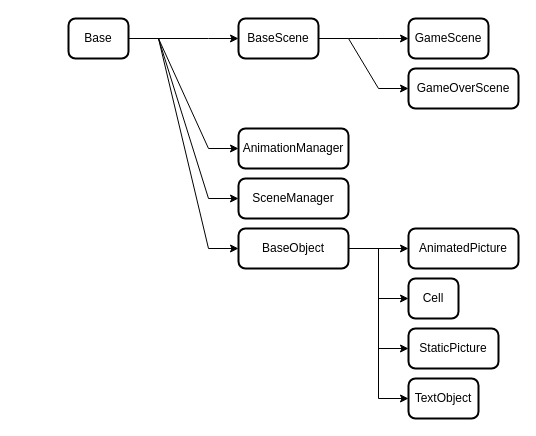
Before: inheritance scheme.drawio in AKTOETO/SFMLsnake, a draw.io diagram. Source tidied: cells renumbered, new cells numbered last; positions are measured from the earlier drawing's top-left corner, leaving out a move shared by most shapes. Both pictures are drawn from the tidied source at 100%, with x=0, y=0 at pixel (68, 18).
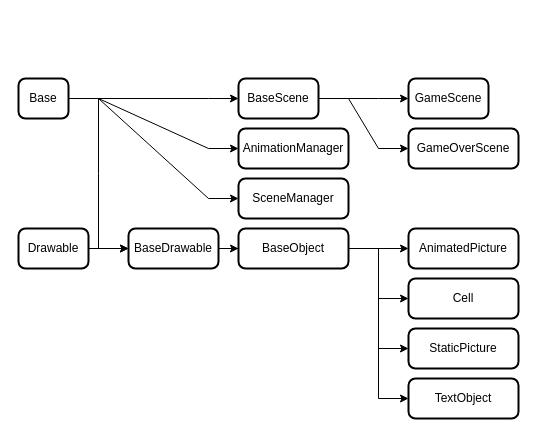
The same page after the edit.

Unchanged cells that the change refers to:
```xml
<mxCell id="10" value="AnimationManager" style="rounded=1;whiteSpace=wrap;html=1;absoluteArcSize=1;arcSize=14;strokeWidth=2;" parent="1" vertex="1">
  <mxGeometry x="170" y="110" width="110" height="40" as="geometry" />
</mxCell>
<mxCell id="11" value="SceneManager" style="rounded=1;whiteSpace=wrap;html=1;absoluteArcSize=1;arcSize=14;strokeWidth=2;" parent="1" vertex="1">
  <mxGeometry x="170" y="160" width="110" height="40" as="geometry" />
</mxCell>
<mxCell id="16" value="BaseObject" style="rounded=1;whiteSpace=wrap;html=1;absoluteArcSize=1;arcSize=14;strokeWidth=2;" parent="1" vertex="1">
  <mxGeometry x="170" y="210" width="110" height="40" as="geometry" />
</mxCell>
<mxCell id="19" value="AnimatedPicture" style="rounded=1;whiteSpace=wrap;html=1;absoluteArcSize=1;arcSize=14;strokeWidth=2;" parent="1" vertex="1">
  <mxGeometry x="340" y="210" width="110" height="40" as="geometry" />
</mxCell>
```

The edit, as a diff of the source:
```diff
@@
-    <mxCell id="2" style="edgeStyle=entityRelationEdgeStyle;rounded=0;jettySize=auto;html=1;exitX=1;exitY=0.5;exitDx=0;exitDy=0;entryX=0;entryY=0.5;entryDx=0;entryDy=0;" parent="1" edge="1" source="6" target="9">
-      <mxGeometry relative="1" as="geometry" />
-    </mxCell>
-    <mxCell id="3" style="edgeStyle=entityRelationEdgeStyle;rounded=0;jettySize=auto;html=1;exitX=1;exitY=0.5;exitDx=0;exitDy=0;entryX=0;entryY=0.5;entryDx=0;entryDy=0;" parent="1" edge="1" source="6" target="10">
-      <mxGeometry relative="1" as="geometry" />
-    </mxCell>
-    <mxCell id="4" style="edgeStyle=entityRelationEdgeStyle;rounded=0;jettySize=auto;html=1;exitX=1;exitY=0.5;exitDx=0;exitDy=0;entryX=0;entryY=0.5;entryDx=0;entryDy=0;" parent="1" edge="1" source="6" target="11">
-      <mxGeometry relative="1" as="geometry" />
-    </mxCell>
-    <mxCell id="5" style="edgeStyle=entityRelationEdgeStyle;rounded=0;jettySize=auto;html=1;exitX=1;exitY=0.5;exitDx=0;exitDy=0;entryX=0;entryY=0.5;entryDx=0;entryDy=0;" parent="1" edge="1" source="6" target="16">
+    <mxCell id="5" style="rounded=0;jettySize=auto;html=1;exitX=1;exitY=0.5;exitDx=0;exitDy=0;entryX=0;entryY=0.5;entryDx=0;entryDy=0;edgeStyle=entityRelationEdgeStyle;elbow=vertical;" parent="1" edge="1" source="6" target="16">
       <mxGeometry relative="1" as="geometry" />
     </mxCell>
-    <mxCell id="6" value="Base" style="rounded=1;whiteSpace=wrap;html=1;absoluteArcSize=1;arcSize=14;strokeWidth=2;" parent="1" vertex="1">
-      <mxGeometry width="60" height="40" as="geometry" />
+    <mxCell id="6" value="BaseDrawable" style="rounded=1;whiteSpace=wrap;html=1;absoluteArcSize=1;arcSize=14;strokeWidth=2;" parent="1" vertex="1">
+      <mxGeometry x="60" y="210" width="90" height="40" as="geometry" />
     </mxCell>
-    <mxCell id="7" style="edgeStyle=entityRelationEdgeStyle;rounded=0;jettySize=auto;html=1;exitX=1;exitY=0.5;exitDx=0;exitDy=0;entryX=0;entryY=0.5;entryDx=0;entryDy=0;elbow=vertical;" parent="1" edge="1" source="9" target="17">
+    <mxCell id="7" style="rounded=0;jettySize=auto;html=1;exitX=1;exitY=0.5;exitDx=0;exitDy=0;entryX=0;entryY=0.5;entryDx=0;entryDy=0;edgeStyle=entityRelationEdgeStyle;elbow=vertical;" parent="1" edge="1" source="9" target="17">
       <mxGeometry relative="1" as="geometry" />
     </mxCell>
-    <mxCell id="8" style="edgeStyle=entityRelationEdgeStyle;rounded=0;jettySize=auto;html=1;exitX=1;exitY=0.5;exitDx=0;exitDy=0;entryX=0;entryY=0.5;entryDx=0;entryDy=0;elbow=vertical;" parent="1" edge="1" source="9" target="18">
+    <mxCell id="8" style="rounded=0;jettySize=auto;html=1;exitX=1;exitY=0.5;exitDx=0;exitDy=0;entryX=0;entryY=0.5;entryDx=0;entryDy=0;edgeStyle=entityRelationEdgeStyle;elbow=vertical;" parent="1" edge="1" source="9" target="18">
       <mxGeometry relative="1" as="geometry" />
     </mxCell>
     <mxCell id="9" value="BaseScene" style="rounded=1;whiteSpace=wrap;html=1;absoluteArcSize=1;arcSize=14;strokeWidth=2;" parent="1" vertex="1">
-      <mxGeometry x="170" width="80" height="40" as="geometry" />
+      <mxGeometry x="170" y="60" width="80" height="40" as="geometry" />
     </mxCell>
@@
-    <mxCell id="12" style="edgeStyle=entityRelationEdgeStyle;rounded=0;jettySize=auto;html=1;exitX=1;exitY=0.5;exitDx=0;exitDy=0;entryX=0;entryY=0.5;entryDx=0;entryDy=0;elbow=vertical;" parent="1" edge="1" source="16" target="19">
+    <mxCell id="12" style="rounded=0;jettySize=auto;html=1;exitX=1;exitY=0.5;exitDx=0;exitDy=0;entryX=0;entryY=0.5;entryDx=0;entryDy=0;edgeStyle=entityRelationEdgeStyle;elbow=vertical;" parent="1" edge="1" source="16" target="19">
       <mxGeometry relative="1" as="geometry" />
     </mxCell>
-    <mxCell id="13" style="edgeStyle=entityRelationEdgeStyle;rounded=0;jettySize=auto;html=1;exitX=1;exitY=0.5;exitDx=0;exitDy=0;entryX=0;entryY=0.5;entryDx=0;entryDy=0;elbow=vertical;" parent="1" edge="1" source="16" target="20">
+    <mxCell id="13" style="rounded=0;jettySize=auto;html=1;exitX=1;exitY=0.5;exitDx=0;exitDy=0;entryX=0;entryY=0.5;entryDx=0;entryDy=0;edgeStyle=entityRelationEdgeStyle;elbow=vertical;" parent="1" edge="1" source="16" target="20">
       <mxGeometry relative="1" as="geometry" />
     </mxCell>
-    <mxCell id="14" style="edgeStyle=entityRelationEdgeStyle;rounded=0;jettySize=auto;html=1;exitX=1;exitY=0.5;exitDx=0;exitDy=0;entryX=0;entryY=0.5;entryDx=0;entryDy=0;elbow=vertical;" parent="1" edge="1" source="16" target="21">
+    <mxCell id="14" style="rounded=0;jettySize=auto;html=1;exitX=1;exitY=0.5;exitDx=0;exitDy=0;entryX=0;entryY=0.5;entryDx=0;entryDy=0;edgeStyle=entityRelationEdgeStyle;elbow=vertical;" parent="1" edge="1" source="16" target="21">
       <mxGeometry relative="1" as="geometry" />
     </mxCell>
-    <mxCell id="15" style="edgeStyle=entityRelationEdgeStyle;rounded=0;jettySize=auto;html=1;exitX=1;exitY=0.5;exitDx=0;exitDy=0;entryX=0;entryY=0.5;entryDx=0;entryDy=0;elbow=vertical;" parent="1" edge="1" source="16" target="22">
+    <mxCell id="15" style="rounded=0;jettySize=auto;html=1;exitX=1;exitY=0.5;exitDx=0;exitDy=0;entryX=0;entryY=0.5;entryDx=0;entryDy=0;edgeStyle=entityRelationEdgeStyle;elbow=vertical;" parent="1" edge="1" source="16" target="22">
       <mxGeometry relative="1" as="geometry" />
     </mxCell>
@@
     <mxCell id="17" value="GameScene" style="rounded=1;whiteSpace=wrap;html=1;absoluteArcSize=1;arcSize=14;strokeWidth=2;" parent="1" vertex="1">
-      <mxGeometry x="340" width="80" height="40" as="geometry" />
+      <mxGeometry x="340" y="60" width="80" height="40" as="geometry" />
     </mxCell>
     <mxCell id="18" value="GameOverScene" style="rounded=1;whiteSpace=wrap;html=1;absoluteArcSize=1;arcSize=14;strokeWidth=2;" parent="1" vertex="1">
-      <mxGeometry x="340" y="50" width="110" height="40" as="geometry" />
+      <mxGeometry x="340" y="110" width="110" height="40" as="geometry" />
     </mxCell>
@@
     <mxCell id="20" value="Cell" style="rounded=1;whiteSpace=wrap;html=1;absoluteArcSize=1;arcSize=14;strokeWidth=2;" parent="1" vertex="1">
-      <mxGeometry x="340" y="260" width="50" height="40" as="geometry" />
+      <mxGeometry x="340" y="260" width="110" height="40" as="geometry" />
     </mxCell>
     <mxCell id="21" value="StaticPicture" style="rounded=1;whiteSpace=wrap;html=1;absoluteArcSize=1;arcSize=14;strokeWidth=2;" parent="1" vertex="1">
-      <mxGeometry x="340" y="310" width="90" height="40" as="geometry" />
+      <mxGeometry x="340" y="310" width="110" height="40" as="geometry" />
     </mxCell>
     <mxCell id="22" value="TextObject" style="rounded=1;whiteSpace=wrap;html=1;absoluteArcSize=1;arcSize=14;strokeWidth=2;" parent="1" vertex="1">
-      <mxGeometry x="340" y="360" width="70" height="40" as="geometry" />
+      <mxGeometry x="340" y="360" width="110" height="40" as="geometry" />
     </mxCell>
+    <mxCell id="23" style="rounded=0;jettySize=auto;html=1;exitX=1;exitY=0.5;exitDx=0;exitDy=0;entryX=0;entryY=0.5;entryDx=0;entryDy=0;edgeStyle=entityRelationEdgeStyle;elbow=vertical;" parent="1" edge="1" source="27" target="6">
+      <mxGeometry relative="1" as="geometry" />
+    </mxCell>
+    <mxCell id="24" style="rounded=0;jettySize=auto;html=1;exitX=1;exitY=0.5;exitDx=0;exitDy=0;entryX=0;entryY=0.5;entryDx=0;entryDy=0;edgeStyle=entityRelationEdgeStyle;elbow=vertical;" parent="1" edge="1" source="27" target="9">
+      <mxGeometry relative="1" as="geometry" />
+    </mxCell>
+    <mxCell id="25" style="rounded=0;jettySize=auto;html=1;exitX=1;exitY=0.5;exitDx=0;exitDy=0;entryX=0;entryY=0.5;entryDx=0;entryDy=0;edgeStyle=entityRelationEdgeStyle;elbow=vertical;" parent="1" edge="1" source="27" target="10">
+      <mxGeometry relative="1" as="geometry" />
+    </mxCell>
+    <mxCell id="26" style="rounded=0;jettySize=auto;html=1;exitX=1;exitY=0.5;exitDx=0;exitDy=0;entryX=0;entryY=0.5;entryDx=0;entryDy=0;edgeStyle=entityRelationEdgeStyle;elbow=vertical;" parent="1" edge="1" source="27" target="11">
+      <mxGeometry relative="1" as="geometry" />
+    </mxCell>
+    <mxCell id="27" value="Base" style="rounded=1;whiteSpace=wrap;html=1;absoluteArcSize=1;arcSize=14;strokeWidth=2;" parent="1" vertex="1">
+      <mxGeometry x="-50" y="60" width="50" height="40" as="geometry" />
+    </mxCell>
+    <mxCell id="28" style="rounded=0;jettySize=auto;html=1;exitX=1;exitY=0.5;exitDx=0;exitDy=0;entryX=0;entryY=0.5;entryDx=0;entryDy=0;edgeStyle=entityRelationEdgeStyle;elbow=vertical;" parent="1" edge="1" source="29" target="6">
+      <mxGeometry relative="1" as="geometry" />
+    </mxCell>
+    <mxCell id="29" value="Drawable" style="rounded=1;whiteSpace=wrap;html=1;absoluteArcSize=1;arcSize=14;strokeWidth=2;" parent="1" vertex="1">
+      <mxGeometry x="-50" y="210" width="70" height="40" as="geometry" />
+    </mxCell>
```
